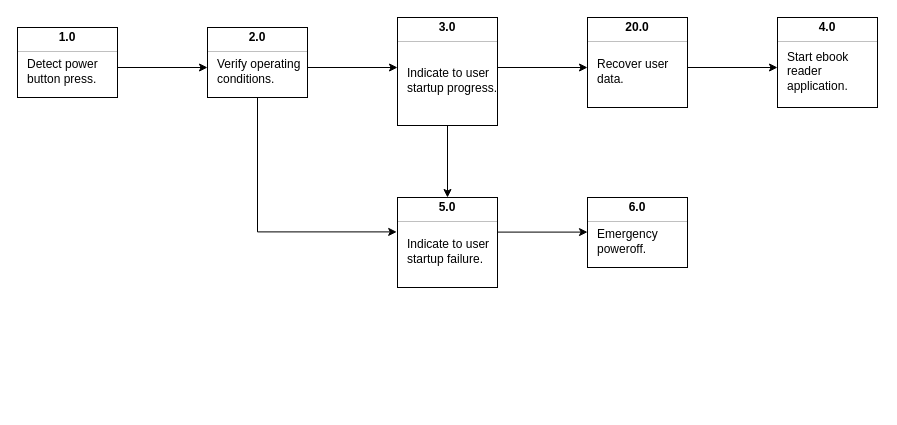
Before: page "FFBD-001" (1 of 8) of docs/design/assets/03_logical_decomposition.drawio in KubaTaba1uga/open_source_ebook_reader, a draw.io diagram. Source tidied: cells renumbered, new cells numbered last; positions are measured from the earlier drawing's top-left corner, leaving out a move shared by most shapes. Both pictures are drawn from the tidied source at 100%, with x=0, y=0 at pixel (17, 17).
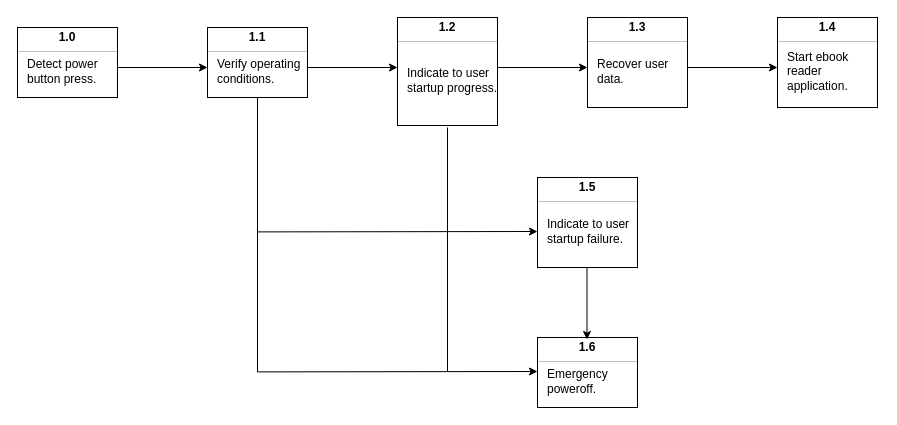
The same page after the edit.

Unchanged cells that the change refers to:
```xml
<mxCell id="10" style="fontStyle=1;align=center;verticalAlign=middle;horizontal=1;" parent="1" vertex="1">
  <mxGeometry x="190" y="10" width="100" height="70" as="geometry" />
</mxCell>
<mxCell id="14" style="html=1;align=left;spacing=0;spacingLeft=10;verticalAlign=middle;strokeColor=none;fillColor=none;whiteSpace=wrap;" parent="10" vertex="1">
  <mxGeometry y="60" width="100" height="10" as="geometry" />
</mxCell>
<mxCell id="15" style="fontStyle=1;align=center;verticalAlign=middle;horizontal=1;" parent="1" vertex="1">
  <mxGeometry x="380" width="100" height="108" as="geometry" />
</mxCell>
<mxCell id="19" style="html=1;align=left;spacing=0;spacingLeft=10;verticalAlign=middle;strokeColor=none;fillColor=none;whiteSpace=wrap;" parent="15" vertex="1">
  <mxGeometry y="98" width="100" height="10" as="geometry" />
</mxCell>
<mxCell id="29" value="Indicate to user startup failure." style="html=1;align=left;spacing=0;spacingLeft=10;verticalAlign=middle;strokeColor=none;fillColor=none;whiteSpace=wrap;" parent="26" vertex="1">
  <mxGeometry y="28" width="100" height="52" as="geometry" />
</mxCell>
<mxCell id="33" style="fontStyle=1;align=center;verticalAlign=middle;horizontal=1;" parent="1" vertex="1">
  <mxGeometry x="570" width="100" height="90" as="geometry" />
</mxCell>
<mxCell id="39" style="fontStyle=1;align=center;verticalAlign=middle;horizontal=1;" parent="1" vertex="1">
  <mxGeometry x="760" width="100" height="90" as="geometry" />
</mxCell>
```

The edit, as a diff of the source:
```diff
@@
-    <mxCell id="11" value="2.0" style="html=1;align=center;spacing=0;verticalAlign=middle;strokeColor=none;fillColor=none;whiteSpace=wrap;fontStyle=1;" parent="10" vertex="1">
+    <mxCell id="11" value="1.1" style="html=1;align=center;spacing=0;verticalAlign=middle;strokeColor=none;fillColor=none;whiteSpace=wrap;fontStyle=1;" parent="10" vertex="1">
       <mxGeometry width="100" height="20" as="geometry" />
     </mxCell>
@@
-    <mxCell id="16" value="3.0" style="html=1;align=center;spacing=0;verticalAlign=middle;strokeColor=none;fillColor=none;whiteSpace=wrap;fontStyle=1;" parent="15" vertex="1">
+    <mxCell id="16" value="1.2" style="html=1;align=center;spacing=0;verticalAlign=middle;strokeColor=none;fillColor=none;whiteSpace=wrap;fontStyle=1;" parent="15" vertex="1">
       <mxGeometry width="100" height="20" as="geometry" />
     </mxCell>
@@
     <mxCell id="20" style="fontStyle=1;align=center;verticalAlign=middle;horizontal=1;" parent="1" vertex="1">
-      <mxGeometry x="570" y="180" width="100" height="70" as="geometry" />
+      <mxGeometry x="520" y="320" width="100" height="70" as="geometry" />
     </mxCell>
-    <mxCell id="21" value="6.0" style="html=1;align=center;spacing=0;verticalAlign=middle;strokeColor=none;fillColor=none;whiteSpace=wrap;fontStyle=1;" parent="20" vertex="1">
+    <mxCell id="21" value="1.6" style="html=1;align=center;spacing=0;verticalAlign=middle;strokeColor=none;fillColor=none;whiteSpace=wrap;fontStyle=1;" parent="20" vertex="1">
       <mxGeometry width="100" height="20" as="geometry" />
     </mxCell>
@@
-    <mxCell id="25" style="endArrow=classic;html=1;rounded=0;exitX=0.5;exitY=1;exitDx=0;exitDy=0;entryX=-0.008;entryY=0.123;entryDx=0;entryDy=0;entryPerimeter=0;" parent="1" edge="1" source="14" target="29">
+    <mxCell id="25" style="endArrow=classic;html=1;rounded=0;exitX=0.5;exitY=1;exitDx=0;exitDy=0;entryX=0;entryY=0.5;entryDx=0;entryDy=0;" parent="1" edge="1" source="14" target="29">
       <mxGeometry relative="1" as="geometry">
         <Array as="points">
           <mxPoint x="240" y="214.4" />
         </Array>
       </mxGeometry>
     </mxCell>
     <mxCell id="26" style="fontStyle=1;align=center;verticalAlign=middle;horizontal=1;" parent="1" vertex="1">
-      <mxGeometry x="380" y="180" width="100" height="90" as="geometry" />
+      <mxGeometry x="520" y="160" width="100" height="90" as="geometry" />
     </mxCell>
-    <mxCell id="27" value="5.0" style="html=1;align=center;spacing=0;verticalAlign=middle;strokeColor=none;fillColor=none;whiteSpace=wrap;fontStyle=1;" parent="26" vertex="1">
+    <mxCell id="27" value="1.5" style="html=1;align=center;spacing=0;verticalAlign=middle;strokeColor=none;fillColor=none;whiteSpace=wrap;fontStyle=1;" parent="26" vertex="1">
       <mxGeometry width="100" height="20" as="geometry" />
     </mxCell>
@@
-    <mxCell id="31" style="endArrow=classic;html=1;rounded=0;exitX=0.5;exitY=1;exitDx=0;exitDy=0;" parent="1" edge="1" source="19" target="27">
-      <mxGeometry relative="1" as="geometry" />
-    </mxCell>
-    <mxCell id="32" style="endArrow=classic;html=1;rounded=0;entryX=0;entryY=0.375;entryDx=0;entryDy=0;entryPerimeter=0;" parent="1" edge="1">
-      <mxGeometry relative="1" as="geometry">
-        <mxPoint x="480" y="214.6" as="sourcePoint" />
-        <mxPoint x="570" y="214.6" as="targetPoint" />
-      </mxGeometry>
-    </mxCell>
@@
-    <mxCell id="34" value="20.0" style="html=1;align=center;spacing=0;verticalAlign=middle;strokeColor=none;fillColor=none;whiteSpace=wrap;fontStyle=1;" parent="33" vertex="1">
+    <mxCell id="34" value="1.3" style="html=1;align=center;spacing=0;verticalAlign=middle;strokeColor=none;fillColor=none;whiteSpace=wrap;fontStyle=1;" parent="33" vertex="1">
       <mxGeometry width="100" height="20" as="geometry" />
     </mxCell>
@@
-    <mxCell id="40" value="4.0" style="html=1;align=center;spacing=0;verticalAlign=middle;strokeColor=none;fillColor=none;whiteSpace=wrap;fontStyle=1;" parent="39" vertex="1">
+    <mxCell id="40" value="1.4" style="html=1;align=center;spacing=0;verticalAlign=middle;strokeColor=none;fillColor=none;whiteSpace=wrap;fontStyle=1;" parent="39" vertex="1">
       <mxGeometry width="100" height="20" as="geometry" />
     </mxCell>
@@
+    <mxCell id="44" style="endArrow=classic;html=1;rounded=0;exitX=0.5;exitY=1;exitDx=0;exitDy=0;" parent="1" edge="1">
+      <mxGeometry relative="1" as="geometry">
+        <mxPoint x="569.5" y="250" as="sourcePoint" />
+        <mxPoint x="569.5" y="322" as="targetPoint" />
+      </mxGeometry>
+    </mxCell>
+    <mxCell id="45" style="endArrow=classic;html=1;rounded=0;entryX=0;entryY=0.5;entryDx=0;entryDy=0;" parent="1" edge="1">
+      <mxGeometry relative="1" as="geometry">
+        <mxPoint x="240" y="190" as="sourcePoint" />
+        <mxPoint x="520" y="354" as="targetPoint" />
+        <Array as="points">
+          <mxPoint x="240" y="354.4" />
+        </Array>
+      </mxGeometry>
+    </mxCell>
+    <mxCell id="46" style="endArrow=none;html=1;rounded=0;" parent="1" edge="1">
+      <mxGeometry relative="1" as="geometry">
+        <mxPoint x="430" y="354" as="sourcePoint" />
+        <mxPoint x="430" y="110" as="targetPoint" />
+      </mxGeometry>
+    </mxCell>
```
